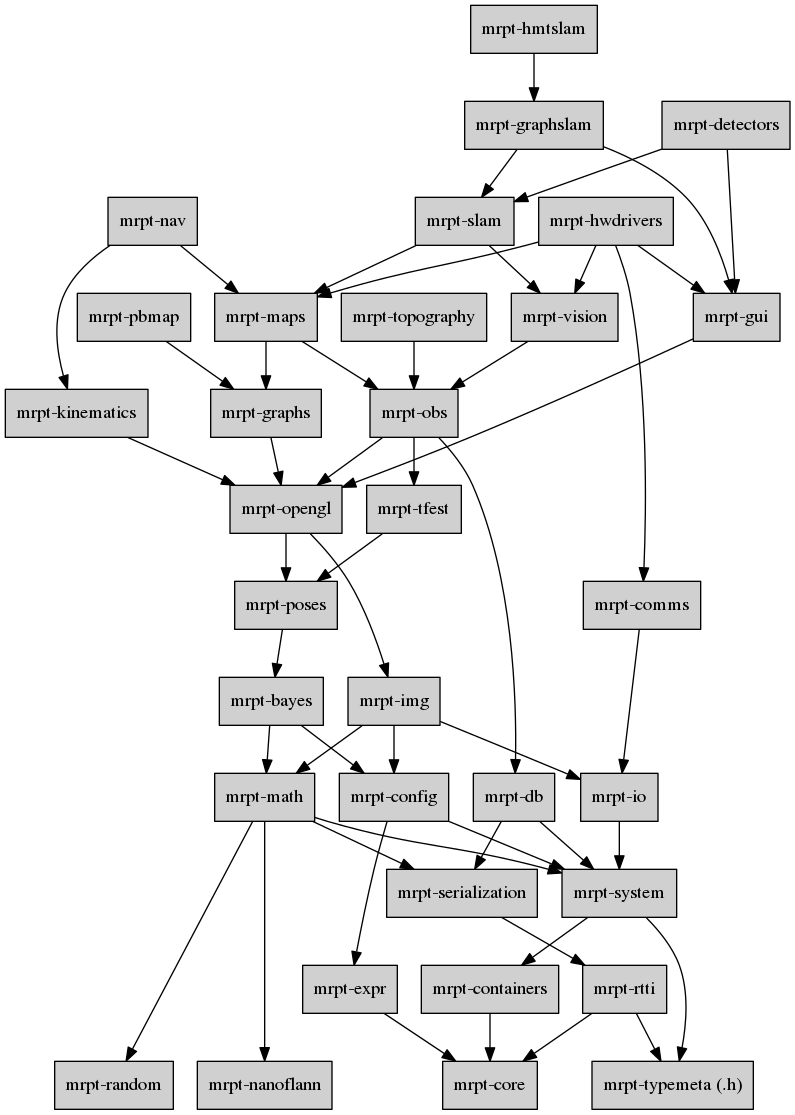
The Graphviz diagram doc/design_of_images/graph_mrpt_libs.png in MRPT/mrpt, before a commit. Its source is kept beside it as doc/design_of_images/graph_mrpt_libs.dot.
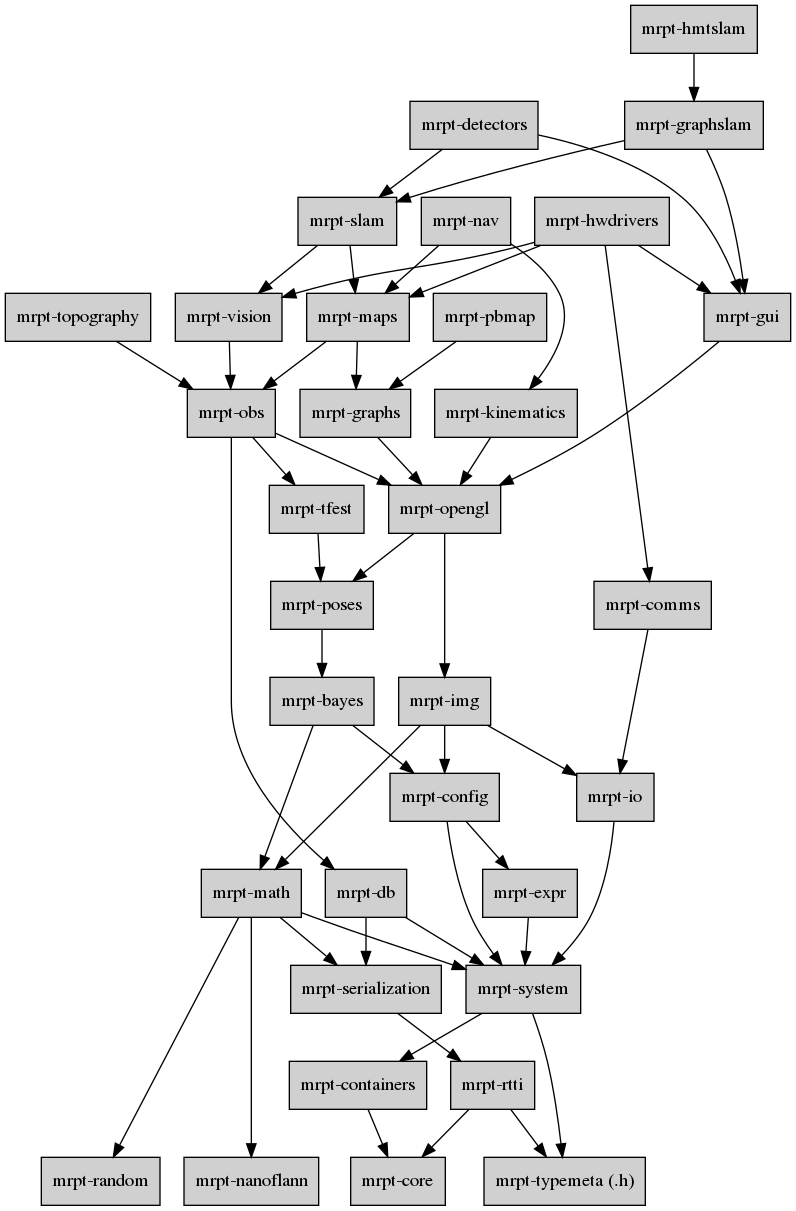
Later version of the same file.

Diff of the diagram source:
```diff
@@ -29,7 +29,7 @@
 	detectors -> slam;
 
 	expr       [label="mrpt-expr",URL="group__mrpt__expr__grp.html"];
-	expr -> core;
+	expr -> system;
 
 	graphs     [label="mrpt-graphs",URL="group__mrpt__graphs__grp.html"];
 	graphs -> opengl;
```
